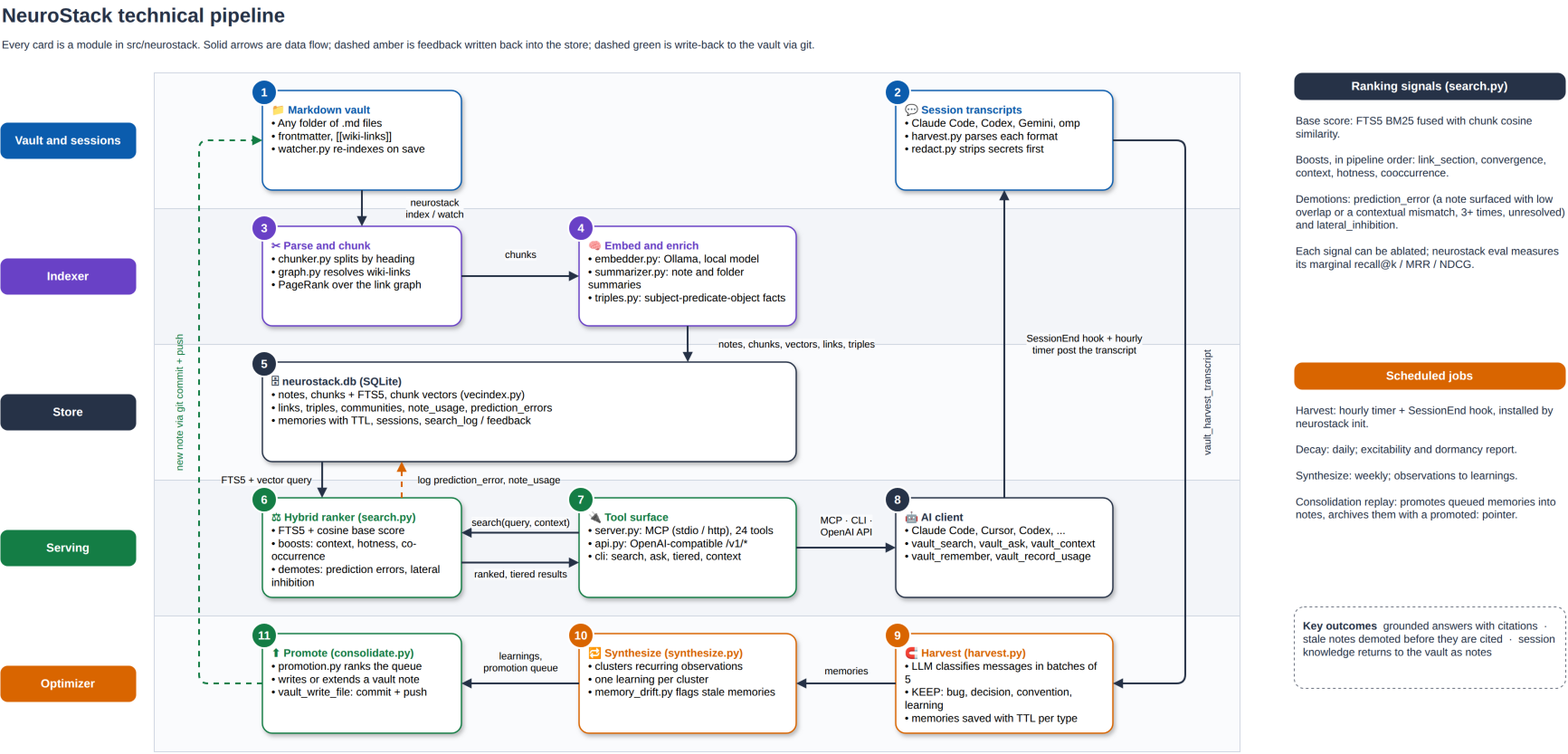
raphasouthall/neurostack keeps this draw.io diagram as docs/how-it-works-technical.png. Above is the earlier version. Source tidied: cells renumbered, new cells last; positions are measured from the earlier drawing's top-left corner, leaving out a move shared by most shapes.
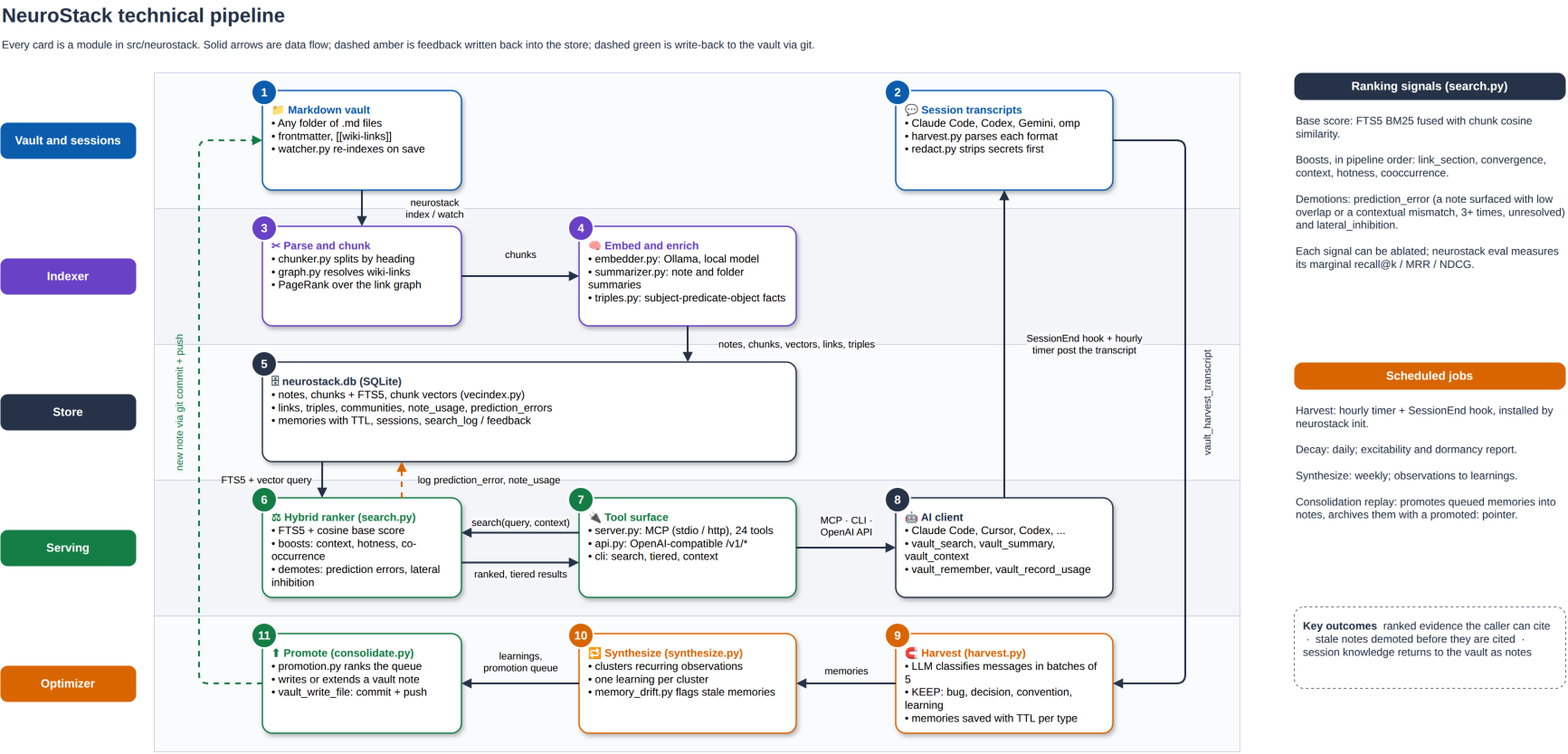
Later version of the same file.

Diff of the diagram source:
```diff
@@ -74,13 +74,13 @@
     <mxCell id="25" value="6" style="ellipse;whiteSpace=wrap;html=1;fillColor=#147D45;strokeColor=#FFFFFF;strokeWidth=2;fontColor=#FFFFFF;fontStyle=1;fontSize=13;fontFamily=Helvetica;" parent="1" vertex="1">
       <mxGeometry x="278" y="538" width="28" height="28" as="geometry" />
     </mxCell>
-    <mxCell id="26" value="&lt;b&gt;&lt;font color=&quot;#147D45&quot;&gt;🔌 Tool surface&lt;/font&gt;&lt;/b&gt;&lt;br&gt;• server.py: MCP (stdio / http), 24 tools&lt;br&gt;• api.py: OpenAI-compatible /v1/*&lt;br&gt;• cli: search, ask, tiered, context" style="rounded=1;arcSize=10;shadow=1;strokeWidth=1.5;fontSize=12;align=left;verticalAlign=top;spacing=10;whiteSpace=wrap;html=1;fontFamily=Helvetica;fillColor=#FFFFFF;strokeColor=#147D45;" parent="1" vertex="1">
+    <mxCell id="26" value="&lt;b&gt;&lt;font color=&quot;#147D45&quot;&gt;🔌 Tool surface&lt;/font&gt;&lt;/b&gt;&lt;br&gt;• server.py: MCP (stdio / http), 24 tools&lt;br&gt;• api.py: OpenAI-compatible /v1/*&lt;br&gt;• cli: search, tiered, context" style="rounded=1;arcSize=10;shadow=1;strokeWidth=1.5;fontSize=12;align=left;verticalAlign=top;spacing=10;whiteSpace=wrap;html=1;fontFamily=Helvetica;fillColor=#FFFFFF;strokeColor=#147D45;" parent="1" vertex="1">
       <mxGeometry x="640" y="550" width="240" height="110" as="geometry" />
     </mxCell>
     <mxCell id="27" value="7" style="ellipse;whiteSpace=wrap;html=1;fillColor=#147D45;strokeColor=#FFFFFF;strokeWidth=2;fontColor=#FFFFFF;fontStyle=1;fontSize=13;fontFamily=Helvetica;" parent="1" vertex="1">
       <mxGeometry x="628" y="538" width="28" height="28" as="geometry" />
     </mxCell>
-    <mxCell id="28" value="&lt;b&gt;&lt;font color=&quot;#263247&quot;&gt;🤖 AI client&lt;/font&gt;&lt;/b&gt;&lt;br&gt;• Claude Code, Cursor, Codex, ...&lt;br&gt;• vault_search, vault_ask, vault_context&lt;br&gt;• vault_remember, vault_record_usage" style="rounded=1;arcSize=10;shadow=1;strokeWidth=1.5;fontSize=12;align=left;verticalAlign=top;spacing=10;whiteSpace=wrap;html=1;fontFamily=Helvetica;fillColor=#FFFFFF;strokeColor=#263247;" parent="1" vertex="1">
+    <mxCell id="28" value="&lt;b&gt;&lt;font color=&quot;#263247&quot;&gt;🤖 AI client&lt;/font&gt;&lt;/b&gt;&lt;br&gt;• Claude Code, Cursor, Codex, ...&lt;br&gt;• vault_search, vault_summary, vault_context&lt;br&gt;• vault_remember, vault_record_usage" style="rounded=1;arcSize=10;shadow=1;strokeWidth=1.5;fontSize=12;align=left;verticalAlign=top;spacing=10;whiteSpace=wrap;html=1;fontFamily=Helvetica;fillColor=#FFFFFF;strokeColor=#263247;" parent="1" vertex="1">
       <mxGeometry x="990" y="550" width="240" height="110" as="geometry" />
     </mxCell>
     <mxCell id="29" value="8" style="ellipse;whiteSpace=wrap;html=1;fillColor=#263247;strokeColor=#FFFFFF;strokeWidth=2;fontColor=#FFFFFF;fontStyle=1;fontSize=13;fontFamily=Helvetica;" parent="1" vertex="1">
@@ -195,7 +195,7 @@
     <mxCell id="54" value="Harvest: hourly timer + SessionEnd hook, installed by neurostack init.&lt;br&gt;&lt;br&gt;Decay: daily; excitability and dormancy report.&lt;br&gt;&lt;br&gt;Synthesize: weekly; observations to learnings.&lt;br&gt;&lt;br&gt;Consolidation replay: promotes queued memories into notes, archives them with a promoted: pointer." style="text;html=1;whiteSpace=wrap;align=left;verticalAlign=top;fontSize=12;fontColor=#263247;fontFamily=Helvetica;" parent="1" vertex="1">
       <mxGeometry x="1430" y="440" width="300" height="200" as="geometry" />
     </mxCell>
-    <mxCell id="55" value="&lt;b&gt;Key outcomes&lt;/b&gt;&amp;nbsp; grounded answers with citations &amp;nbsp;·&amp;nbsp; stale notes demoted before they are cited &amp;nbsp;·&amp;nbsp; session knowledge returns to the vault as notes" style="rounded=1;arcSize=12;whiteSpace=wrap;html=1;dashed=1;fillColor=#FFFFFF;strokeColor=#6B7280;align=left;verticalAlign=top;spacing=10;fontSize=12;fontColor=#263247;fontFamily=Helvetica;" parent="1" vertex="1">
+    <mxCell id="55" value="&lt;b&gt;Key outcomes&lt;/b&gt;&amp;nbsp; ranked evidence the caller can cite &amp;nbsp;·&amp;nbsp; stale notes demoted before they are cited &amp;nbsp;·&amp;nbsp; session knowledge returns to the vault as notes" style="rounded=1;arcSize=12;whiteSpace=wrap;html=1;dashed=1;fillColor=#FFFFFF;strokeColor=#6B7280;align=left;verticalAlign=top;spacing=10;fontSize=12;fontColor=#263247;fontFamily=Helvetica;" parent="1" vertex="1">
       <mxGeometry x="1430" y="670" width="300" height="90" as="geometry" />
     </mxCell>
   </root>
```
